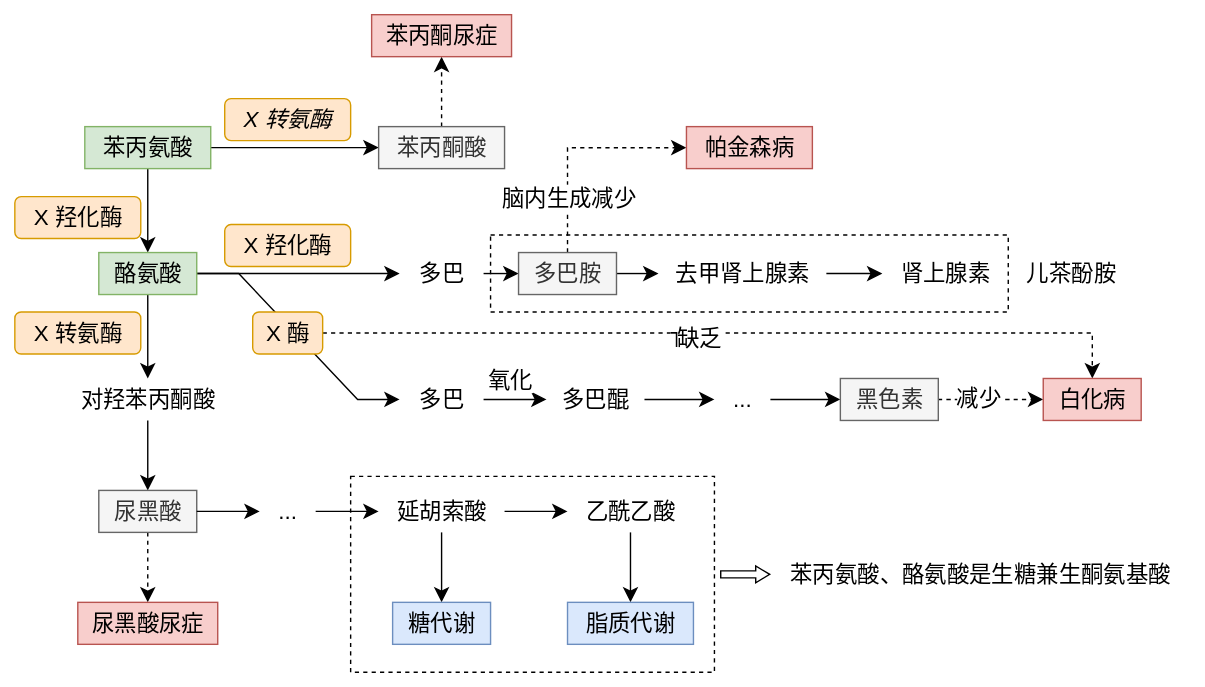
Above: content/series/生物化学与分子生物学/蛋白质消化吸收和氨基酸代谢/苯丙氨酸和酪氨酸的代谢.svg in daisilia/daisilia.github.io (draw.io), before the change. Source tidied: cells renumbered, new cells last; positions are measured from the earlier drawing's top-left corner, leaving out a move shared by most shapes. Its diagram source:
```xml
<mxGraphModel>
  <root>
    <mxCell id="0" />
    <mxCell id="1" parent="0" />
    <mxCell id="2" style="edgeStyle=none;curved=1;rounded=0;jettySize=auto;html=1;fontSize=12;shape=flexArrow;startSize=2;width=5;endSize=3;endWidth=6;startArrow=none;startFill=0;sourcePerimeterSpacing=4;" parent="1" edge="1" source="3" target="60">
      <mxGeometry relative="1" as="geometry" />
    </mxCell>
    <mxCell id="3" style="rounded=0;whiteSpace=wrap;html=1;fontSize=16;fillColor=none;dashed=1;" parent="1" vertex="1">
      <mxGeometry x="240" y="330" width="260" height="140" as="geometry" />
    </mxCell>
    <mxCell id="4" style="rounded=0;whiteSpace=wrap;html=1;fontSize=16;fillColor=none;dashed=1;" parent="1" vertex="1">
      <mxGeometry x="340" y="157.5" width="370" height="55" as="geometry" />
    </mxCell>
    <mxCell id="5" style="edgeStyle=none;curved=1;rounded=0;jettySize=auto;html=1;fontSize=12;startSize=8;endSize=8;" parent="1" edge="1" source="7" target="9">
      <mxGeometry relative="1" as="geometry" />
    </mxCell>
    <mxCell id="6" style="edgeStyle=none;curved=1;rounded=0;jettySize=auto;html=1;fontSize=12;startSize=8;endSize=8;" parent="1" edge="1" source="7" target="14">
      <mxGeometry relative="1" as="geometry" />
    </mxCell>
    <mxCell id="7" value="苯丙氨酸" style="text;html=1;align=center;verticalAlign=middle;points=[];strokeColor=#82b366;fillColor=#d5e8d4;fontSize=16;" parent="1" vertex="1">
      <mxGeometry x="50" y="80" width="90" height="30" as="geometry" />
    </mxCell>
    <mxCell id="8" style="edgeStyle=none;curved=1;rounded=0;jettySize=auto;html=1;fontSize=12;startSize=8;endSize=8;dashed=1;endArrow=classic;endFill=1;" parent="1" edge="1" source="9" target="15">
      <mxGeometry relative="1" as="geometry" />
    </mxCell>
    <mxCell id="9" value="苯丙酮酸" style="text;html=1;align=center;verticalAlign=middle;points=[];strokeColor=#666666;fillColor=#f5f5f5;fontSize=16;fontColor=#333333;" parent="1" vertex="1">
      <mxGeometry x="260" y="80" width="90" height="30" as="geometry" />
    </mxCell>
    <mxCell id="10" value="X 转氨酶" style="text;html=1;align=center;verticalAlign=middle;strokeColor=#d79b00;fillColor=#ffe6cc;fontSize=16;rounded=1;fontStyle=2;" parent="1" vertex="1">
      <mxGeometry x="150" y="60" width="90" height="30" as="geometry" />
    </mxCell>
    <mxCell id="11" style="edgeStyle=none;curved=1;rounded=0;jettySize=auto;html=1;fontSize=12;startSize=8;endSize=8;" parent="1" edge="1" source="14" target="17">
      <mxGeometry relative="1" as="geometry" />
    </mxCell>
    <mxCell id="12" style="edgeStyle=entityRelationEdgeStyle;rounded=0;jettySize=auto;html=1;fontSize=12;startSize=8;endSize=8;" parent="1" edge="1" source="14" target="29">
      <mxGeometry relative="1" as="geometry" />
    </mxCell>
    <mxCell id="13" style="edgeStyle=none;curved=1;rounded=0;jettySize=auto;html=1;fontSize=12;startSize=8;endSize=8;" parent="1" edge="1" source="14" target="40">
      <mxGeometry relative="1" as="geometry" />
    </mxCell>
    <mxCell id="14" value="酪氨酸" style="text;html=1;align=center;verticalAlign=middle;points=[];strokeColor=#82b366;fillColor=#d5e8d4;fontSize=16;" parent="1" vertex="1">
      <mxGeometry x="60" y="170" width="70" height="30" as="geometry" />
    </mxCell>
    <mxCell id="15" value="苯丙酮尿症" style="text;html=1;align=center;verticalAlign=middle;points=[];fontSize=16;fillColor=#f8cecc;strokeColor=#b85450;" parent="1" vertex="1">
      <mxGeometry x="255" width="100" height="30" as="geometry" />
    </mxCell>
    <mxCell id="16" style="edgeStyle=none;curved=1;rounded=0;jettySize=auto;html=1;fontSize=12;startSize=8;endSize=8;" parent="1" edge="1" source="17" target="23">
      <mxGeometry relative="1" as="geometry" />
    </mxCell>
    <mxCell id="17" value="多巴" style="text;html=1;align=center;verticalAlign=middle;points=[];fontSize=16;" parent="1" vertex="1">
      <mxGeometry x="275" y="170" width="60" height="30" as="geometry" />
    </mxCell>
    <mxCell id="18" value="X 羟化酶" style="text;html=1;align=center;verticalAlign=middle;strokeColor=#d79b00;fillColor=#ffe6cc;fontSize=16;rounded=1;" parent="1" vertex="1">
      <mxGeometry x="150" y="150" width="90" height="30" as="geometry" />
    </mxCell>
    <mxCell id="19" value="X 羟化酶" style="text;html=1;align=center;verticalAlign=middle;strokeColor=#d79b00;fillColor=#ffe6cc;fontSize=16;rounded=1;" parent="1" vertex="1">
      <mxGeometry y="130" width="90" height="30" as="geometry" />
    </mxCell>
    <mxCell id="20" style="edgeStyle=none;curved=1;rounded=0;jettySize=auto;html=1;fontSize=12;startSize=8;endSize=8;" parent="1" edge="1" source="23" target="25">
      <mxGeometry relative="1" as="geometry" />
    </mxCell>
    <mxCell id="21" style="edgeStyle=orthogonalEdgeStyle;rounded=0;jettySize=auto;html=1;fontSize=12;startSize=8;endSize=8;dashed=1;" parent="1" edge="1" source="23" target="54">
      <mxGeometry relative="1" as="geometry">
        <Array as="points">
          <mxPoint x="395" y="95" />
        </Array>
      </mxGeometry>
    </mxCell>
    <mxCell id="22" value="脑内生成减少" style="edgeLabel;html=1;align=center;verticalAlign=middle;fontSize=16;" parent="21" vertex="1">
      <mxGeometry x="-0.1" relative="1" as="geometry">
        <mxPoint y="32" as="offset" />
      </mxGeometry>
    </mxCell>
    <mxCell id="23" value="多巴胺" style="text;html=1;align=center;verticalAlign=middle;points=[];fontSize=16;fillColor=#f5f5f5;fontColor=#333333;strokeColor=#666666;" parent="1" vertex="1">
      <mxGeometry x="360" y="170" width="70" height="30" as="geometry" />
    </mxCell>
    <mxCell id="24" style="edgeStyle=none;curved=1;rounded=0;jettySize=auto;html=1;fontSize=12;startSize=8;endSize=8;" parent="1" edge="1" source="25" target="26">
      <mxGeometry relative="1" as="geometry" />
    </mxCell>
    <mxCell id="25" value="去甲肾上腺素" style="text;html=1;align=center;verticalAlign=middle;points=[];fontSize=16;" parent="1" vertex="1">
      <mxGeometry x="460" y="170" width="120" height="30" as="geometry" />
    </mxCell>
    <mxCell id="26" value="肾上腺素" style="text;html=1;align=center;verticalAlign=middle;points=[];fontSize=16;" parent="1" vertex="1">
      <mxGeometry x="620" y="170" width="90" height="30" as="geometry" />
    </mxCell>
    <mxCell id="27" style="edgeStyle=none;curved=1;rounded=0;jettySize=auto;html=1;fontSize=12;startSize=8;endSize=8;" parent="1" edge="1" source="29" target="35">
      <mxGeometry relative="1" as="geometry" />
    </mxCell>
    <mxCell id="28" value="氧化" style="edgeLabel;html=1;align=center;verticalAlign=middle;fontSize=16;" parent="27" vertex="1">
      <mxGeometry x="-0.22" y="4" relative="1" as="geometry">
        <mxPoint x="1" y="-11" as="offset" />
      </mxGeometry>
    </mxCell>
    <mxCell id="29" value="多巴" style="text;html=1;align=center;verticalAlign=middle;points=[];strokeColor=none;fillColor=none;fontSize=16;" parent="1" vertex="1">
      <mxGeometry x="275" y="260" width="60" height="30" as="geometry" />
    </mxCell>
    <mxCell id="30" style="edgeStyle=orthogonalEdgeStyle;rounded=0;jettySize=auto;html=1;fontSize=12;startSize=8;endSize=8;dashed=1;" parent="1" edge="1" source="33" target="53">
      <mxGeometry relative="1" as="geometry" />
    </mxCell>
    <mxCell id="31" value="Text" style="edgeLabel;html=1;align=center;verticalAlign=middle;fontSize=16;" parent="30" vertex="1">
      <mxGeometry x="-0.19" y="-4" relative="1" as="geometry">
        <mxPoint x="27" as="offset" />
      </mxGeometry>
    </mxCell>
    <mxCell id="32" value="缺乏" style="edgeLabel;html=1;align=center;verticalAlign=middle;fontSize=16;" parent="30" vertex="1">
      <mxGeometry x="-0.08" y="-6" relative="1" as="geometry">
        <mxPoint y="-3" as="offset" />
      </mxGeometry>
    </mxCell>
    <mxCell id="33" value="X 酶" style="text;html=1;align=center;verticalAlign=middle;points=[];strokeColor=#d79b00;fillColor=#ffe6cc;fontSize=16;rounded=1;" parent="1" vertex="1">
      <mxGeometry x="170" y="212.5" width="50" height="30" as="geometry" />
    </mxCell>
    <mxCell id="34" style="edgeStyle=none;curved=1;rounded=0;jettySize=auto;html=1;fontSize=12;startSize=8;endSize=8;" parent="1" edge="1" source="57" target="38">
      <mxGeometry relative="1" as="geometry" />
    </mxCell>
    <mxCell id="35" value="多巴醌" style="text;html=1;align=center;verticalAlign=middle;points=[];strokeColor=none;fillColor=none;fontSize=16;" parent="1" vertex="1">
      <mxGeometry x="380" y="260" width="70" height="30" as="geometry" />
    </mxCell>
    <mxCell id="36" style="edgeStyle=none;curved=1;rounded=0;jettySize=auto;html=1;fontSize=12;startSize=8;endSize=8;dashed=1;" parent="1" edge="1" source="38" target="53">
      <mxGeometry relative="1" as="geometry" />
    </mxCell>
    <mxCell id="37" value="减少" style="edgeLabel;html=1;align=center;verticalAlign=middle;fontSize=16;" parent="36" vertex="1">
      <mxGeometry x="-0.24" y="2" relative="1" as="geometry" />
    </mxCell>
    <mxCell id="38" value="黑色素" style="text;html=1;align=center;verticalAlign=middle;points=[];strokeColor=#666666;fillColor=#f5f5f5;fontSize=16;fontColor=#333333;" parent="1" vertex="1">
      <mxGeometry x="590" y="260" width="70" height="30" as="geometry" />
    </mxCell>
    <mxCell id="39" style="edgeStyle=none;curved=1;rounded=0;jettySize=auto;html=1;fontSize=12;startSize=8;endSize=8;" parent="1" edge="1" source="40" target="44">
      <mxGeometry relative="1" as="geometry" />
    </mxCell>
    <mxCell id="40" value="对羟苯丙酮酸" style="text;html=1;align=center;verticalAlign=middle;points=[];fontSize=16;" parent="1" vertex="1">
      <mxGeometry x="35" y="260" width="120" height="30" as="geometry" />
    </mxCell>
    <mxCell id="41" value="X 转氨酶" style="text;html=1;align=center;verticalAlign=middle;strokeColor=#d79b00;fillColor=#ffe6cc;fontSize=16;rounded=1;" parent="1" vertex="1">
      <mxGeometry y="212.5" width="90" height="30" as="geometry" />
    </mxCell>
    <mxCell id="42" style="edgeStyle=none;curved=1;rounded=0;jettySize=auto;html=1;fontSize=12;startSize=8;endSize=8;" parent="1" edge="1" source="49" target="47">
      <mxGeometry relative="1" as="geometry" />
    </mxCell>
    <mxCell id="43" style="edgeStyle=none;curved=1;rounded=0;jettySize=auto;html=1;fontSize=12;startSize=8;endSize=8;dashed=1;endArrow=classic;endFill=1;" parent="1" edge="1" source="44" target="52">
      <mxGeometry relative="1" as="geometry" />
    </mxCell>
    <mxCell id="44" value="尿黑酸" style="text;html=1;align=center;verticalAlign=middle;points=[];fontSize=16;fillColor=#f5f5f5;fontColor=#333333;strokeColor=#666666;" parent="1" vertex="1">
      <mxGeometry x="60" y="340" width="70" height="30" as="geometry" />
    </mxCell>
    <mxCell id="45" style="edgeStyle=none;curved=1;rounded=0;jettySize=auto;html=1;fontSize=12;startSize=8;endSize=8;" parent="1" edge="1" source="47" target="51">
      <mxGeometry relative="1" as="geometry" />
    </mxCell>
    <mxCell id="46" style="edgeStyle=none;curved=1;rounded=0;jettySize=auto;html=1;fontSize=12;startSize=8;endSize=8;" parent="1" edge="1" source="47" target="58">
      <mxGeometry relative="1" as="geometry" />
    </mxCell>
    <mxCell id="47" value="延胡索酸" style="text;html=1;align=center;verticalAlign=middle;points=[];fontSize=16;" parent="1" vertex="1">
      <mxGeometry x="260" y="340" width="90" height="30" as="geometry" />
    </mxCell>
    <mxCell id="48" style="edgeStyle=none;curved=1;rounded=0;jettySize=auto;html=1;fontSize=12;startSize=8;endSize=8;" parent="1" edge="1" source="44" target="49">
      <mxGeometry relative="1" as="geometry" />
    </mxCell>
    <mxCell id="49" value="..." style="text;html=1;align=center;verticalAlign=middle;points=[];strokeColor=none;fillColor=none;fontSize=16;" parent="1" vertex="1">
      <mxGeometry x="175" y="340" width="40" height="30" as="geometry" />
    </mxCell>
    <mxCell id="50" style="edgeStyle=none;curved=1;rounded=0;jettySize=auto;html=1;fontSize=12;startSize=8;endSize=8;" parent="1" edge="1" source="51" target="59">
      <mxGeometry relative="1" as="geometry" />
    </mxCell>
    <mxCell id="51" value="乙酰乙酸" style="text;html=1;align=center;verticalAlign=middle;points=[];fontSize=16;" parent="1" vertex="1">
      <mxGeometry x="395" y="340" width="90" height="30" as="geometry" />
    </mxCell>
    <mxCell id="52" value="尿黑酸尿症" style="text;html=1;align=center;verticalAlign=middle;points=[];fontSize=16;fillColor=#f8cecc;strokeColor=#b85450;" parent="1" vertex="1">
      <mxGeometry x="45" y="420" width="100" height="30" as="geometry" />
    </mxCell>
    <mxCell id="53" value="白化病" style="text;html=1;align=center;verticalAlign=middle;points=[];strokeColor=#b85450;fillColor=#f8cecc;fontSize=16;" parent="1" vertex="1">
      <mxGeometry x="735" y="260" width="70" height="30" as="geometry" />
    </mxCell>
    <mxCell id="54" value="帕金森病" style="text;html=1;align=center;verticalAlign=middle;points=[];strokeColor=#b85450;fillColor=#f8cecc;fontSize=16;" parent="1" vertex="1">
      <mxGeometry x="480" y="80" width="90" height="30" as="geometry" />
    </mxCell>
    <mxCell id="55" value="儿茶酚胺" style="text;html=1;align=center;verticalAlign=middle;strokeColor=none;fillColor=none;fontSize=16;" parent="1" vertex="1">
      <mxGeometry x="710" y="170" width="90" height="30" as="geometry" />
    </mxCell>
    <mxCell id="56" style="edgeStyle=none;curved=1;rounded=0;jettySize=auto;html=1;fontSize=12;startSize=8;endSize=8;" parent="1" edge="1" source="35" target="57">
      <mxGeometry relative="1" as="geometry" />
    </mxCell>
    <mxCell id="57" value="..." style="text;html=1;align=center;verticalAlign=middle;points=[];strokeColor=none;fillColor=none;fontSize=16;" parent="1" vertex="1">
      <mxGeometry x="500" y="260" width="40" height="30" as="geometry" />
    </mxCell>
    <mxCell id="58" value="糖代谢" style="text;html=1;align=center;verticalAlign=middle;points=[];fontSize=16;fillColor=#dae8fc;strokeColor=#6c8ebf;" parent="1" vertex="1">
      <mxGeometry x="270" y="420" width="70" height="30" as="geometry" />
    </mxCell>
    <mxCell id="59" value="脂质代谢" style="text;html=1;align=center;verticalAlign=middle;points=[];fontSize=16;fillColor=#dae8fc;strokeColor=#6c8ebf;" parent="1" vertex="1">
      <mxGeometry x="395" y="420" width="90" height="30" as="geometry" />
    </mxCell>
    <mxCell id="60" value="苯丙氨酸、酪氨酸是生糖兼生酮氨基酸" style="text;html=1;align=center;verticalAlign=middle;points=[];strokeColor=none;fillColor=none;fontSize=16;" parent="1" vertex="1">
      <mxGeometry x="540" y="385" width="300" height="30" as="geometry" />
    </mxCell>
  </root>
</mxGraphModel>
```
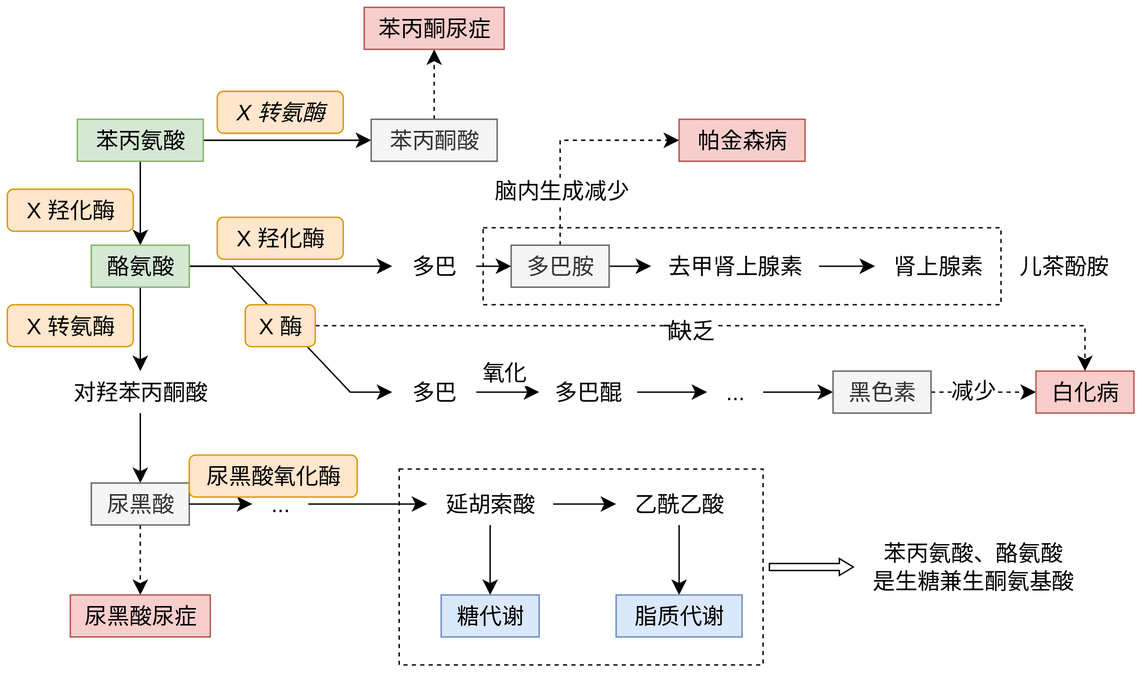
The same file after the commit.

Change to the diagram source:
```diff
@@ -6,7 +6,7 @@
       <mxGeometry relative="1" as="geometry" />
     </mxCell>
     <mxCell id="3" style="rounded=0;whiteSpace=wrap;html=1;fontSize=16;fillColor=none;dashed=1;" parent="1" vertex="1">
-      <mxGeometry x="240" y="330" width="260" height="140" as="geometry" />
+      <mxGeometry x="280" y="330" width="260" height="140" as="geometry" />
     </mxCell>
     <mxCell id="4" style="rounded=0;whiteSpace=wrap;html=1;fontSize=16;fillColor=none;dashed=1;" parent="1" vertex="1">
       <mxGeometry x="340" y="157.5" width="370" height="55" as="geometry" />
@@ -150,7 +150,7 @@
       <mxGeometry relative="1" as="geometry" />
     </mxCell>
     <mxCell id="47" value="延胡索酸" style="text;html=1;align=center;verticalAlign=middle;points=[];fontSize=16;" parent="1" vertex="1">
-      <mxGeometry x="260" y="340" width="90" height="30" as="geometry" />
+      <mxGeometry x="300" y="340" width="90" height="30" as="geometry" />
     </mxCell>
     <mxCell id="48" style="edgeStyle=none;curved=1;rounded=0;jettySize=auto;html=1;fontSize=12;startSize=8;endSize=8;" parent="1" edge="1" source="44" target="49">
       <mxGeometry relative="1" as="geometry" />
@@ -162,7 +162,7 @@
       <mxGeometry relative="1" as="geometry" />
     </mxCell>
     <mxCell id="51" value="乙酰乙酸" style="text;html=1;align=center;verticalAlign=middle;points=[];fontSize=16;" parent="1" vertex="1">
-      <mxGeometry x="395" y="340" width="90" height="30" as="geometry" />
+      <mxGeometry x="435" y="340" width="90" height="30" as="geometry" />
     </mxCell>
     <mxCell id="52" value="尿黑酸尿症" style="text;html=1;align=center;verticalAlign=middle;points=[];fontSize=16;fillColor=#f8cecc;strokeColor=#b85450;" parent="1" vertex="1">
       <mxGeometry x="45" y="420" width="100" height="30" as="geometry" />
@@ -183,13 +183,16 @@
       <mxGeometry x="500" y="260" width="40" height="30" as="geometry" />
     </mxCell>
     <mxCell id="58" value="糖代谢" style="text;html=1;align=center;verticalAlign=middle;points=[];fontSize=16;fillColor=#dae8fc;strokeColor=#6c8ebf;" parent="1" vertex="1">
-      <mxGeometry x="270" y="420" width="70" height="30" as="geometry" />
+      <mxGeometry x="310" y="420" width="70" height="30" as="geometry" />
     </mxCell>
     <mxCell id="59" value="脂质代谢" style="text;html=1;align=center;verticalAlign=middle;points=[];fontSize=16;fillColor=#dae8fc;strokeColor=#6c8ebf;" parent="1" vertex="1">
-      <mxGeometry x="395" y="420" width="90" height="30" as="geometry" />
+      <mxGeometry x="435" y="420" width="90" height="30" as="geometry" />
     </mxCell>
-    <mxCell id="60" value="苯丙氨酸、酪氨酸是生糖兼生酮氨基酸" style="text;html=1;align=center;verticalAlign=middle;points=[];strokeColor=none;fillColor=none;fontSize=16;" parent="1" vertex="1">
-      <mxGeometry x="540" y="385" width="300" height="30" as="geometry" />
+    <mxCell id="60" value="苯丙氨酸、酪氨酸&lt;br&gt;是生糖兼生酮氨基酸" style="text;html=1;align=center;verticalAlign=middle;points=[];strokeColor=none;fillColor=none;fontSize=16;" parent="1" vertex="1">
+      <mxGeometry x="605" y="375" width="170" height="50" as="geometry" />
     </mxCell>
+    <mxCell id="61" value="尿黑酸氧化酶" style="text;html=1;align=center;verticalAlign=middle;strokeColor=#d79b00;fillColor=#ffe6cc;fontSize=16;rounded=1;" parent="1" vertex="1">
+      <mxGeometry x="130" y="320" width="120" height="30" as="geometry" />
+    </mxCell>
   </root>
 </mxGraphModel>
```
